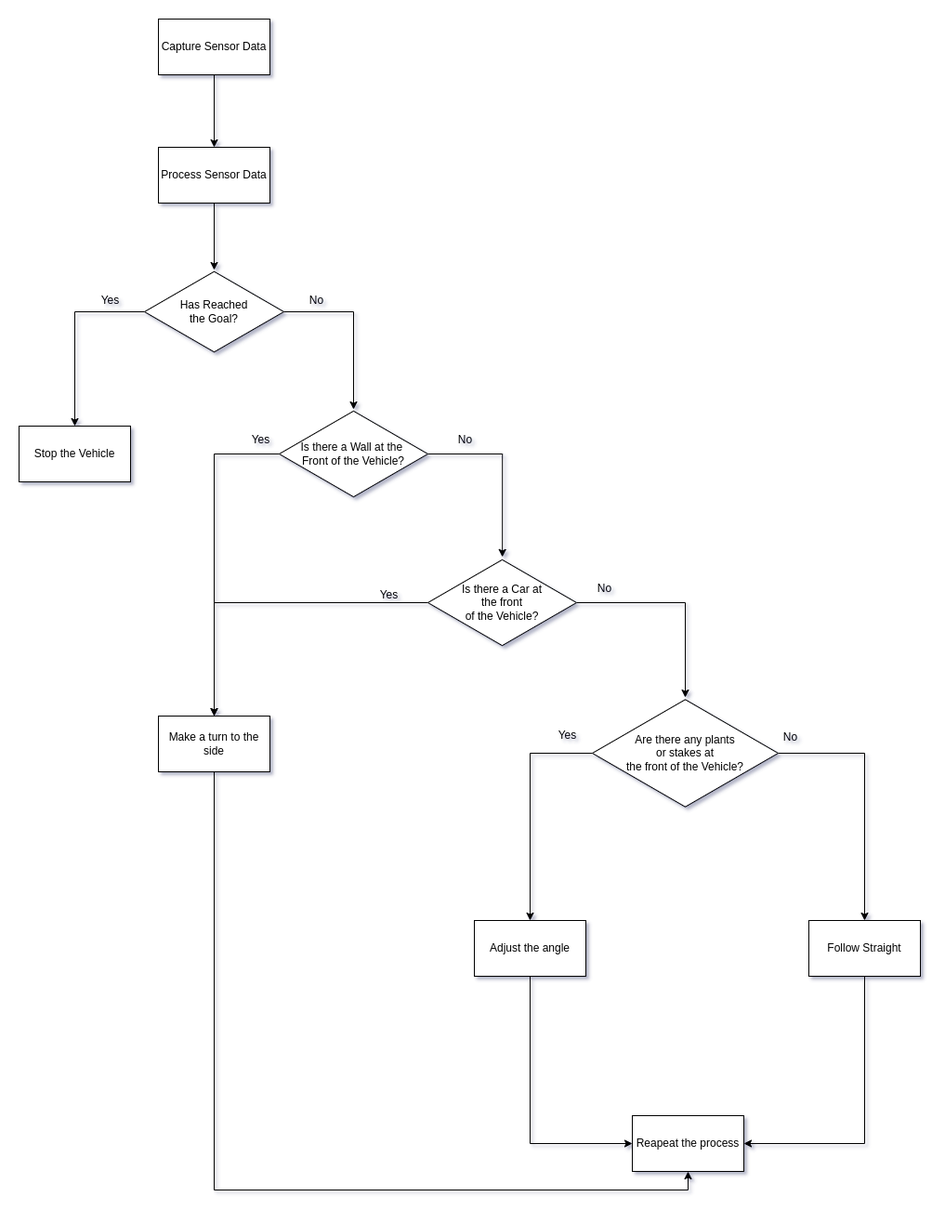
Earlier version of the draw.io export specs/Agribot - Decision Tree.drawio.png (rs2lab/parc-23-agribot). Source tidied: cells renumbered, new cells last; positions are measured from the earlier drawing's top-left corner, leaving out a move shared by most shapes. Source of this version:
```xml
<mxGraphModel>
  <root>
    <mxCell id="0" />
    <mxCell id="1" parent="0" />
    <mxCell id="2" style="edgeStyle=orthogonalEdgeStyle;rounded=0;jettySize=auto;html=1;entryX=0.5;entryY=0;entryDx=0;entryDy=0;" parent="1" edge="1" source="3" target="5">
      <mxGeometry relative="1" as="geometry" />
    </mxCell>
    <mxCell id="3" value="Capture Sensor Data" style="rounded=0;whiteSpace=wrap;html=1;" parent="1" vertex="1">
      <mxGeometry x="150" width="120" height="60" as="geometry" />
    </mxCell>
    <mxCell id="4" style="edgeStyle=orthogonalEdgeStyle;rounded=0;jettySize=auto;html=1;" parent="1" edge="1" source="5" target="8">
      <mxGeometry relative="1" as="geometry" />
    </mxCell>
    <mxCell id="5" value="Process Sensor Data" style="rounded=0;whiteSpace=wrap;html=1;" parent="1" vertex="1">
      <mxGeometry x="150" y="138" width="120" height="60" as="geometry" />
    </mxCell>
    <mxCell id="6" style="edgeStyle=orthogonalEdgeStyle;rounded=0;jettySize=auto;html=1;" parent="1" edge="1" source="8" target="11">
      <mxGeometry relative="1" as="geometry">
        <Array as="points">
          <mxPoint x="360" y="315" />
        </Array>
      </mxGeometry>
    </mxCell>
    <mxCell id="7" style="edgeStyle=orthogonalEdgeStyle;rounded=0;jettySize=auto;html=1;entryX=0.5;entryY=0;entryDx=0;entryDy=0;" parent="1" edge="1" source="8" target="17">
      <mxGeometry relative="1" as="geometry" />
    </mxCell>
    <mxCell id="8" value="Has Reached&lt;br&gt;the Goal?" style="html=1;whiteSpace=wrap;shape=isoRectangle;" parent="1" vertex="1">
      <mxGeometry x="135" y="270" width="150" height="90" as="geometry" />
    </mxCell>
    <mxCell id="9" style="edgeStyle=orthogonalEdgeStyle;rounded=0;jettySize=auto;html=1;entryX=0.501;entryY=-0.012;entryDx=0;entryDy=0;entryPerimeter=0;" parent="1" edge="1" source="11" target="15">
      <mxGeometry relative="1" as="geometry">
        <Array as="points">
          <mxPoint x="520" y="468" />
        </Array>
      </mxGeometry>
    </mxCell>
    <mxCell id="10" style="edgeStyle=orthogonalEdgeStyle;rounded=0;jettySize=auto;html=1;entryX=0.5;entryY=0;entryDx=0;entryDy=0;" parent="1" edge="1" source="11" target="24">
      <mxGeometry relative="1" as="geometry" />
    </mxCell>
    <mxCell id="11" value="Is there a Wall at the&amp;nbsp;&lt;br&gt;Front of the Vehicle?" style="html=1;whiteSpace=wrap;shape=isoRectangle;" parent="1" vertex="1">
      <mxGeometry x="280" y="420" width="160" height="96" as="geometry" />
    </mxCell>
    <mxCell id="12" value="No" style="text;html=1;align=center;verticalAlign=middle;strokeColor=none;fillColor=none;" parent="1" vertex="1">
      <mxGeometry x="300" y="288" width="40" height="30" as="geometry" />
    </mxCell>
    <mxCell id="13" style="edgeStyle=orthogonalEdgeStyle;rounded=0;jettySize=auto;html=1;" parent="1" edge="1" source="15" target="24">
      <mxGeometry relative="1" as="geometry" />
    </mxCell>
    <mxCell id="14" style="edgeStyle=orthogonalEdgeStyle;rounded=0;jettySize=auto;html=1;" parent="1" edge="1" source="15" target="21">
      <mxGeometry relative="1" as="geometry" />
    </mxCell>
    <mxCell id="15" value="Is there a Car at&lt;br&gt;the front&lt;br&gt;of the Vehicle?" style="html=1;whiteSpace=wrap;shape=isoRectangle;" parent="1" vertex="1">
      <mxGeometry x="440" y="580" width="160" height="96" as="geometry" />
    </mxCell>
    <mxCell id="16" value="No" style="text;html=1;align=center;verticalAlign=middle;strokeColor=none;fillColor=none;" parent="1" vertex="1">
      <mxGeometry x="460" y="438" width="40" height="30" as="geometry" />
    </mxCell>
    <mxCell id="17" value="Stop the Vehicle" style="rounded=0;whiteSpace=wrap;html=1;" parent="1" vertex="1">
      <mxGeometry y="438" width="120" height="60" as="geometry" />
    </mxCell>
    <mxCell id="18" value="Yes" style="text;html=1;align=center;verticalAlign=middle;strokeColor=none;fillColor=none;" parent="1" vertex="1">
      <mxGeometry x="78" y="288" width="40" height="30" as="geometry" />
    </mxCell>
    <mxCell id="19" style="edgeStyle=orthogonalEdgeStyle;rounded=0;jettySize=auto;html=1;" parent="1" edge="1" source="21" target="28">
      <mxGeometry relative="1" as="geometry" />
    </mxCell>
    <mxCell id="20" style="edgeStyle=orthogonalEdgeStyle;rounded=0;jettySize=auto;html=1;" parent="1" edge="1" source="21" target="31">
      <mxGeometry relative="1" as="geometry">
        <Array as="points">
          <mxPoint x="550" y="790" />
        </Array>
      </mxGeometry>
    </mxCell>
    <mxCell id="21" value="Are there any plants&lt;br&gt;or stakes at&lt;br&gt;the front of the Vehicle?" style="html=1;whiteSpace=wrap;shape=isoRectangle;" parent="1" vertex="1">
      <mxGeometry x="617" y="730" width="200" height="120" as="geometry" />
    </mxCell>
    <mxCell id="22" value="No" style="text;html=1;align=center;verticalAlign=middle;strokeColor=none;fillColor=none;" parent="1" vertex="1">
      <mxGeometry x="610" y="598" width="40" height="30" as="geometry" />
    </mxCell>
    <mxCell id="23" style="edgeStyle=orthogonalEdgeStyle;rounded=0;jettySize=auto;html=1;entryX=0.5;entryY=1;entryDx=0;entryDy=0;" parent="1" edge="1" source="24" target="32">
      <mxGeometry relative="1" as="geometry">
        <Array as="points">
          <mxPoint x="210" y="1260" />
          <mxPoint x="720" y="1260" />
        </Array>
      </mxGeometry>
    </mxCell>
    <mxCell id="24" value="Make a turn to the side" style="rounded=0;whiteSpace=wrap;html=1;" parent="1" vertex="1">
      <mxGeometry x="150" y="750" width="120" height="60" as="geometry" />
    </mxCell>
    <mxCell id="25" value="Yes&lt;br&gt;" style="text;html=1;align=center;verticalAlign=middle;strokeColor=none;fillColor=none;" parent="1" vertex="1">
      <mxGeometry x="378" y="605" width="40" height="30" as="geometry" />
    </mxCell>
    <mxCell id="26" value="Yes&lt;br&gt;" style="text;html=1;align=center;verticalAlign=middle;strokeColor=none;fillColor=none;" parent="1" vertex="1">
      <mxGeometry x="240" y="438" width="40" height="30" as="geometry" />
    </mxCell>
    <mxCell id="27" style="edgeStyle=orthogonalEdgeStyle;rounded=0;jettySize=auto;html=1;entryX=1;entryY=0.5;entryDx=0;entryDy=0;" parent="1" edge="1" source="28" target="32">
      <mxGeometry relative="1" as="geometry">
        <Array as="points">
          <mxPoint x="910" y="1210" />
        </Array>
      </mxGeometry>
    </mxCell>
    <mxCell id="28" value="Follow Straight" style="rounded=0;whiteSpace=wrap;html=1;" parent="1" vertex="1">
      <mxGeometry x="850" y="970" width="120" height="60" as="geometry" />
    </mxCell>
    <mxCell id="29" value="No" style="text;html=1;align=center;verticalAlign=middle;strokeColor=none;fillColor=none;" parent="1" vertex="1">
      <mxGeometry x="810" y="758" width="40" height="30" as="geometry" />
    </mxCell>
    <mxCell id="30" style="edgeStyle=orthogonalEdgeStyle;rounded=0;jettySize=auto;html=1;entryX=0;entryY=0.5;entryDx=0;entryDy=0;" parent="1" edge="1" source="31" target="32">
      <mxGeometry relative="1" as="geometry">
        <Array as="points">
          <mxPoint x="550" y="1210" />
        </Array>
      </mxGeometry>
    </mxCell>
    <mxCell id="31" value="Adjust the angle" style="rounded=0;whiteSpace=wrap;html=1;" parent="1" vertex="1">
      <mxGeometry x="490" y="970" width="120" height="60" as="geometry" />
    </mxCell>
    <mxCell id="32" value="Reapeat the process" style="rounded=0;whiteSpace=wrap;html=1;" parent="1" vertex="1">
      <mxGeometry x="660" y="1180" width="120" height="60" as="geometry" />
    </mxCell>
    <mxCell id="33" value="Yes" style="text;html=1;align=center;verticalAlign=middle;strokeColor=none;fillColor=none;" parent="1" vertex="1">
      <mxGeometry x="570" y="756" width="40" height="30" as="geometry" />
    </mxCell>
  </root>
</mxGraphModel>
```
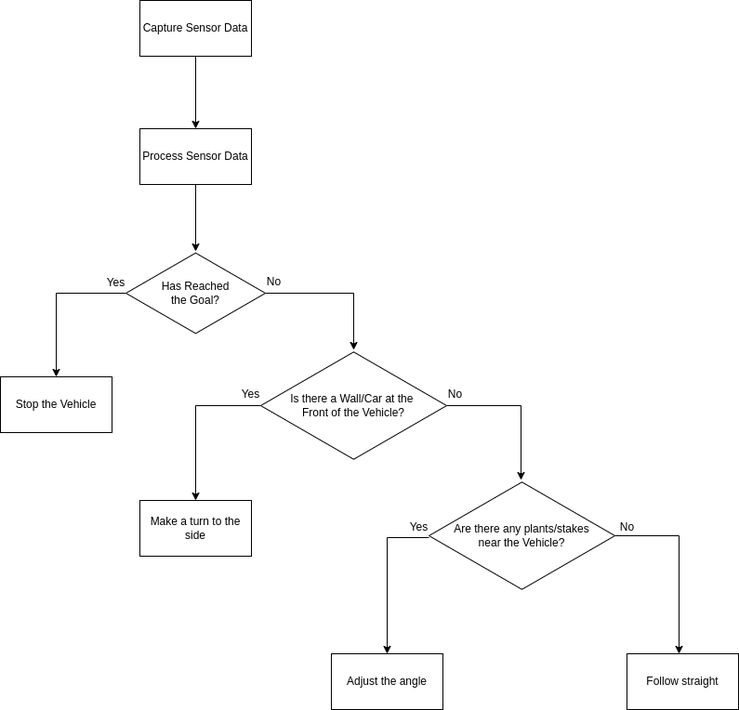
The same diagram one commit later.

Commit message:
docs: update decision tree spec

Change to the diagram source:
```diff
@@ -1,4 +1,4 @@
-<mxGraphModel>
+<mxGraphModel shadow="1">
   <root>
     <mxCell id="0" />
     <mxCell id="1" parent="0" />
@@ -6,18 +6,18 @@
       <mxGeometry relative="1" as="geometry" />
     </mxCell>
     <mxCell id="3" value="Capture Sensor Data" style="rounded=0;whiteSpace=wrap;html=1;" parent="1" vertex="1">
-      <mxGeometry x="150" width="120" height="60" as="geometry" />
+      <mxGeometry x="-307" y="-126" width="120" height="60" as="geometry" />
     </mxCell>
     <mxCell id="4" style="edgeStyle=orthogonalEdgeStyle;rounded=0;jettySize=auto;html=1;" parent="1" edge="1" source="5" target="8">
       <mxGeometry relative="1" as="geometry" />
     </mxCell>
     <mxCell id="5" value="Process Sensor Data" style="rounded=0;whiteSpace=wrap;html=1;" parent="1" vertex="1">
-      <mxGeometry x="150" y="138" width="120" height="60" as="geometry" />
+      <mxGeometry x="-307" y="12" width="120" height="60" as="geometry" />
     </mxCell>
     <mxCell id="6" style="edgeStyle=orthogonalEdgeStyle;rounded=0;jettySize=auto;html=1;" parent="1" edge="1" source="8" target="11">
       <mxGeometry relative="1" as="geometry">
         <Array as="points">
-          <mxPoint x="360" y="315" />
+          <mxPoint x="-77" y="189" />
         </Array>
       </mxGeometry>
     </mxCell>
@@ -25,103 +25,67 @@
       <mxGeometry relative="1" as="geometry" />
     </mxCell>
     <mxCell id="8" value="Has Reached&lt;br&gt;the Goal?" style="html=1;whiteSpace=wrap;shape=isoRectangle;" parent="1" vertex="1">
-      <mxGeometry x="135" y="270" width="150" height="90" as="geometry" />
+      <mxGeometry x="-322" y="144" width="150" height="90" as="geometry" />
     </mxCell>
-    <mxCell id="9" style="edgeStyle=orthogonalEdgeStyle;rounded=0;jettySize=auto;html=1;entryX=0.501;entryY=-0.012;entryDx=0;entryDy=0;entryPerimeter=0;" parent="1" edge="1" source="11" target="15">
-      <mxGeometry relative="1" as="geometry">
-        <Array as="points">
-          <mxPoint x="520" y="468" />
-        </Array>
-      </mxGeometry>
-    </mxCell>
     <mxCell id="10" style="edgeStyle=orthogonalEdgeStyle;rounded=0;jettySize=auto;html=1;entryX=0.5;entryY=0;entryDx=0;entryDy=0;" parent="1" edge="1" source="11" target="24">
       <mxGeometry relative="1" as="geometry" />
     </mxCell>
+    <mxCell id="34" style="edgeStyle=orthogonalEdgeStyle;rounded=0;jettySize=auto;html=1;" parent="1" edge="1" source="11" target="21">
+      <mxGeometry relative="1" as="geometry">
+        <Array as="points">
+          <mxPoint x="103" y="310" />
+        </Array>
+      </mxGeometry>
+    </mxCell>
-    <mxCell id="11" value="Is there a Wall at the&amp;nbsp;&lt;br&gt;Front of the Vehicle?" style="html=1;whiteSpace=wrap;shape=isoRectangle;" parent="1" vertex="1">
-      <mxGeometry x="280" y="420" width="160" height="96" as="geometry" />
+    <mxCell id="11" value="Is there a Wall/Car at the&amp;nbsp;&lt;br&gt;Front of the Vehicle?" style="html=1;whiteSpace=wrap;shape=isoRectangle;" parent="1" vertex="1">
+      <mxGeometry x="-177" y="250" width="200" height="120" as="geometry" />
     </mxCell>
     <mxCell id="12" value="No" style="text;html=1;align=center;verticalAlign=middle;strokeColor=none;fillColor=none;" parent="1" vertex="1">
-      <mxGeometry x="300" y="288" width="40" height="30" as="geometry" />
+      <mxGeometry x="-183" y="162" width="40" height="30" as="geometry" />
     </mxCell>
-    <mxCell id="13" style="edgeStyle=orthogonalEdgeStyle;rounded=0;jettySize=auto;html=1;" parent="1" edge="1" source="15" target="24">
-      <mxGeometry relative="1" as="geometry" />
-    </mxCell>
-    <mxCell id="14" style="edgeStyle=orthogonalEdgeStyle;rounded=0;jettySize=auto;html=1;" parent="1" edge="1" source="15" target="21">
-      <mxGeometry relative="1" as="geometry" />
-    </mxCell>
-    <mxCell id="15" value="Is there a Car at&lt;br&gt;the front&lt;br&gt;of the Vehicle?" style="html=1;whiteSpace=wrap;shape=isoRectangle;" parent="1" vertex="1">
-      <mxGeometry x="440" y="580" width="160" height="96" as="geometry" />
-    </mxCell>
     <mxCell id="16" value="No" style="text;html=1;align=center;verticalAlign=middle;strokeColor=none;fillColor=none;" parent="1" vertex="1">
-      <mxGeometry x="460" y="438" width="40" height="30" as="geometry" />
+      <mxGeometry x="12" y="283" width="40" height="30" as="geometry" />
     </mxCell>
     <mxCell id="17" value="Stop the Vehicle" style="rounded=0;whiteSpace=wrap;html=1;" parent="1" vertex="1">
-      <mxGeometry y="438" width="120" height="60" as="geometry" />
+      <mxGeometry x="-457" y="279" width="120" height="60" as="geometry" />
     </mxCell>
     <mxCell id="18" value="Yes" style="text;html=1;align=center;verticalAlign=middle;strokeColor=none;fillColor=none;" parent="1" vertex="1">
-      <mxGeometry x="78" y="288" width="40" height="30" as="geometry" />
+      <mxGeometry x="-353" y="163" width="40" height="30" as="geometry" />
     </mxCell>
     <mxCell id="19" style="edgeStyle=orthogonalEdgeStyle;rounded=0;jettySize=auto;html=1;" parent="1" edge="1" source="21" target="28">
-      <mxGeometry relative="1" as="geometry" />
+      <mxGeometry relative="1" as="geometry">
+        <Array as="points">
+          <mxPoint x="273" y="450" />
+        </Array>
+      </mxGeometry>
     </mxCell>
     <mxCell id="20" style="edgeStyle=orthogonalEdgeStyle;rounded=0;jettySize=auto;html=1;" parent="1" edge="1" source="21" target="31">
       <mxGeometry relative="1" as="geometry">
         <Array as="points">
-          <mxPoint x="550" y="790" />
+          <mxPoint x="-41" y="452" />
         </Array>
       </mxGeometry>
     </mxCell>
-    <mxCell id="21" value="Are there any plants&lt;br&gt;or stakes at&lt;br&gt;the front of the Vehicle?" style="html=1;whiteSpace=wrap;shape=isoRectangle;" parent="1" vertex="1">
-      <mxGeometry x="617" y="730" width="200" height="120" as="geometry" />
+    <mxCell id="21" value="Are there any plants/stakes&lt;br&gt;near&amp;nbsp;the Vehicle?" style="html=1;whiteSpace=wrap;shape=isoRectangle;" parent="1" vertex="1">
+      <mxGeometry x="4" y="390" width="200" height="120" as="geometry" />
     </mxCell>
-    <mxCell id="22" value="No" style="text;html=1;align=center;verticalAlign=middle;strokeColor=none;fillColor=none;" parent="1" vertex="1">
-      <mxGeometry x="610" y="598" width="40" height="30" as="geometry" />
-    </mxCell>
-    <mxCell id="23" style="edgeStyle=orthogonalEdgeStyle;rounded=0;jettySize=auto;html=1;entryX=0.5;entryY=1;entryDx=0;entryDy=0;" parent="1" edge="1" source="24" target="32">
-      <mxGeometry relative="1" as="geometry">
-        <Array as="points">
-          <mxPoint x="210" y="1260" />
-          <mxPoint x="720" y="1260" />
-        </Array>
-      </mxGeometry>
-    </mxCell>
     <mxCell id="24" value="Make a turn to the side" style="rounded=0;whiteSpace=wrap;html=1;" parent="1" vertex="1">
-      <mxGeometry x="150" y="750" width="120" height="60" as="geometry" />
+      <mxGeometry x="-307" y="412" width="120" height="60" as="geometry" />
     </mxCell>
-    <mxCell id="25" value="Yes&lt;br&gt;" style="text;html=1;align=center;verticalAlign=middle;strokeColor=none;fillColor=none;" parent="1" vertex="1">
-      <mxGeometry x="378" y="605" width="40" height="30" as="geometry" />
-    </mxCell>
     <mxCell id="26" value="Yes&lt;br&gt;" style="text;html=1;align=center;verticalAlign=middle;strokeColor=none;fillColor=none;" parent="1" vertex="1">
-      <mxGeometry x="240" y="438" width="40" height="30" as="geometry" />
+      <mxGeometry x="-208" y="283" width="40" height="30" as="geometry" />
     </mxCell>
-    <mxCell id="27" style="edgeStyle=orthogonalEdgeStyle;rounded=0;jettySize=auto;html=1;entryX=1;entryY=0.5;entryDx=0;entryDy=0;" parent="1" edge="1" source="28" target="32">
-      <mxGeometry relative="1" as="geometry">
-        <Array as="points">
-          <mxPoint x="910" y="1210" />
-        </Array>
-      </mxGeometry>
-    </mxCell>
-    <mxCell id="28" value="Follow Straight" style="rounded=0;whiteSpace=wrap;html=1;" parent="1" vertex="1">
-      <mxGeometry x="850" y="970" width="120" height="60" as="geometry" />
+    <mxCell id="28" value="Follow straight" style="rounded=0;whiteSpace=wrap;html=1;" parent="1" vertex="1">
+      <mxGeometry x="217" y="577" width="120" height="60" as="geometry" />
     </mxCell>
     <mxCell id="29" value="No" style="text;html=1;align=center;verticalAlign=middle;strokeColor=none;fillColor=none;" parent="1" vertex="1">
-      <mxGeometry x="810" y="758" width="40" height="30" as="geometry" />
+      <mxGeometry x="197" y="426" width="40" height="30" as="geometry" />
     </mxCell>
-    <mxCell id="30" style="edgeStyle=orthogonalEdgeStyle;rounded=0;jettySize=auto;html=1;entryX=0;entryY=0.5;entryDx=0;entryDy=0;" parent="1" edge="1" source="31" target="32">
-      <mxGeometry relative="1" as="geometry">
-        <Array as="points">
-          <mxPoint x="550" y="1210" />
-        </Array>
-      </mxGeometry>
-    </mxCell>
     <mxCell id="31" value="Adjust the angle" style="rounded=0;whiteSpace=wrap;html=1;" parent="1" vertex="1">
-      <mxGeometry x="490" y="970" width="120" height="60" as="geometry" />
+      <mxGeometry x="-101" y="577" width="120" height="60" as="geometry" />
     </mxCell>
-    <mxCell id="32" value="Reapeat the process" style="rounded=0;whiteSpace=wrap;html=1;" parent="1" vertex="1">
-      <mxGeometry x="660" y="1180" width="120" height="60" as="geometry" />
-    </mxCell>
     <mxCell id="33" value="Yes" style="text;html=1;align=center;verticalAlign=middle;strokeColor=none;fillColor=none;" parent="1" vertex="1">
-      <mxGeometry x="570" y="756" width="40" height="30" as="geometry" />
+      <mxGeometry x="-27" y="426" width="40" height="30" as="geometry" />
     </mxCell>
   </root>
 </mxGraphModel>
```
